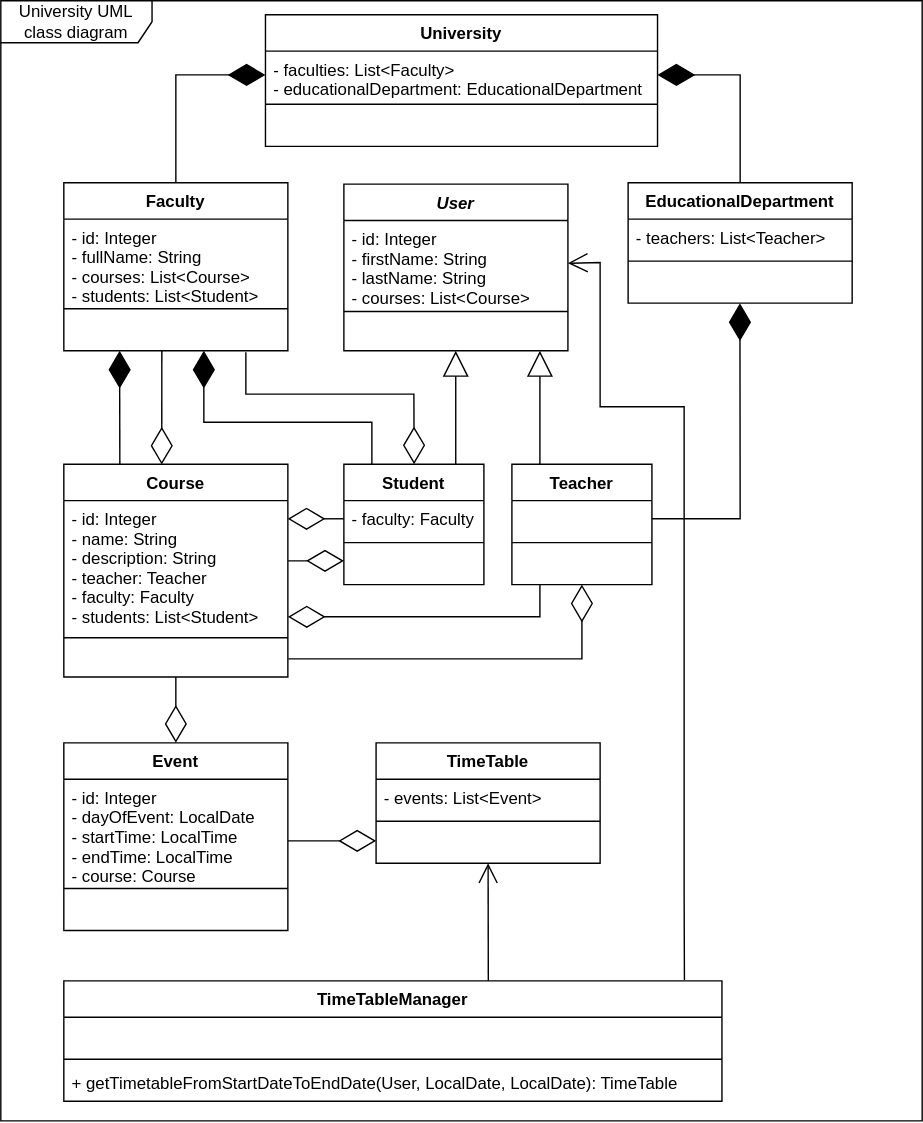
Before: University UML class diagram.svg, a diagram exported from draw.io (andriysalnikov/university). Source tidied: cells renumbered, new cells last; positions are measured from the earlier drawing's top-left corner, leaving out a move shared by most shapes.
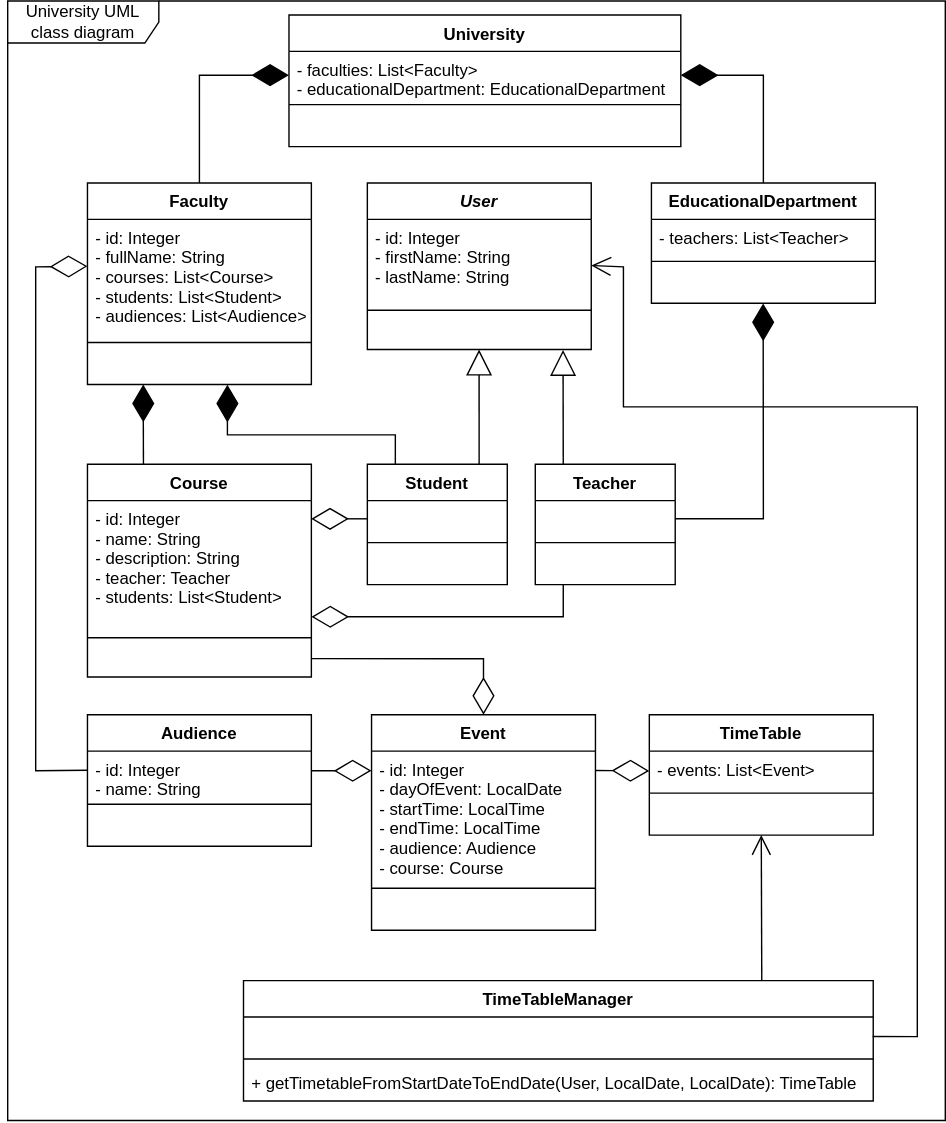
The same file after the commit.

Commit message:
Add 'ClassRoom' to UML diagram

Diff of the diagram source:
```diff
@@ -3,12 +3,12 @@
     <mxCell id="0" />
     <mxCell id="1" parent="0" />
     <mxCell id="2" value="University UML class diagram" style="shape=umlFrame;whiteSpace=wrap;html=1;width=108;height=30;" parent="1" vertex="1">
-      <mxGeometry width="658" height="800" as="geometry" />
+      <mxGeometry x="-12" width="670" height="800" as="geometry" />
     </mxCell>
     <mxCell id="3" value="Course" style="swimlane;fontStyle=1;align=center;verticalAlign=top;horizontal=1;startSize=26;" parent="1" vertex="1">
       <mxGeometry x="45" y="331" width="160" height="152" as="geometry" />
     </mxCell>
-    <mxCell id="4" value="- id: Integer&#10;- name: String&#10;- description: String&#10;- teacher: Teacher&#10;- faculty: Faculty&#10;- students: List&lt;Student&gt;" style="text;strokeColor=none;fillColor=none;align=left;verticalAlign=top;spacingLeft=4;spacingRight=4;overflow=hidden;" parent="3" vertex="1">
+    <mxCell id="4" value="- id: Integer&#10;- name: String&#10;- description: String&#10;- teacher: Teacher&#10;- students: List&lt;Student&gt;" style="text;strokeColor=none;fillColor=none;align=left;verticalAlign=top;spacingLeft=4;spacingRight=4;overflow=hidden;" parent="3" vertex="1">
       <mxGeometry y="26" width="160" height="94" as="geometry" />
     </mxCell>
     <mxCell id="5" style="line;strokeWidth=1;fillColor=none;align=left;verticalAlign=middle;spacingTop=-1;spacingLeft=3;spacingRight=3;labelPosition=right;" parent="3" vertex="1">
@@ -18,9 +18,9 @@
       <mxGeometry y="128" width="160" height="24" as="geometry" />
     </mxCell>
     <mxCell id="7" value="User" style="swimlane;fontStyle=3;align=center;verticalAlign=top;horizontal=1;startSize=26;" parent="1" vertex="1">
-      <mxGeometry x="245" y="131" width="160" height="119" as="geometry" />
+      <mxGeometry x="245" y="130" width="160" height="119" as="geometry" />
     </mxCell>
-    <mxCell id="8" value="- id: Integer&#10;- firstName: String&#10;- lastName: String&#10;- courses: List&lt;Course&gt;" style="text;strokeColor=none;fillColor=none;align=left;verticalAlign=top;spacingLeft=4;spacingRight=4;overflow=hidden;points=[[0,0.5],[1,0.5]];portConstraint=eastwest;" parent="7" vertex="1">
+    <mxCell id="8" value="- id: Integer&#10;- firstName: String&#10;- lastName: String&#10;" style="text;strokeColor=none;fillColor=none;align=left;verticalAlign=top;spacingLeft=4;spacingRight=4;overflow=hidden;points=[[0,0.5],[1,0.5]];portConstraint=eastwest;" parent="7" vertex="1">
       <mxGeometry y="26" width="160" height="61" as="geometry" />
     </mxCell>
     <mxCell id="9" style="line;strokeWidth=1;fillColor=none;align=left;verticalAlign=middle;spacingTop=-1;spacingLeft=3;spacingRight=3;labelPosition=right;" parent="7" vertex="1">
@@ -32,7 +32,7 @@
     <mxCell id="11" value="Student" style="swimlane;fontStyle=1;align=center;verticalAlign=top;horizontal=1;startSize=26;" parent="1" vertex="1">
       <mxGeometry x="245" y="331" width="100" height="86" as="geometry" />
     </mxCell>
-    <mxCell id="12" value="- faculty: Faculty" style="text;strokeColor=none;fillColor=none;align=left;verticalAlign=top;spacingLeft=4;spacingRight=4;overflow=hidden;" parent="11" vertex="1">
+    <mxCell id="12" value=" " style="text;strokeColor=none;fillColor=none;align=left;verticalAlign=top;spacingLeft=4;spacingRight=4;overflow=hidden;" parent="11" vertex="1">
       <mxGeometry y="26" width="100" height="26" as="geometry" />
     </mxCell>
     <mxCell id="13" style="line;strokeWidth=1;fillColor=none;align=left;verticalAlign=middle;spacingTop=-1;spacingLeft=3;spacingRight=3;labelPosition=right;" parent="11" vertex="1">
@@ -53,77 +53,45 @@
     <mxCell id="18" value=" " style="text;strokeColor=none;fillColor=none;align=left;verticalAlign=top;spacingLeft=4;spacingRight=4;overflow=hidden;points=[[0,0.5],[1,0.5]];portConstraint=eastwest;" parent="15" vertex="1">
       <mxGeometry y="60" width="100" height="26" as="geometry" />
     </mxCell>
-    <mxCell id="19" style="endArrow=block;endSize=16;endFill=0;html=1;rounded=0;entryX=0.25;entryY=1.017;entryDx=0;entryDy=0;entryPerimeter=0;" parent="1" edge="1">
+    <mxCell id="19" style="endArrow=block;endSize=16;endFill=0;html=1;rounded=0;entryX=0.874;entryY=1.012;entryDx=0;entryDy=0;entryPerimeter=0;" parent="1" edge="1" target="10">
       <mxGeometry relative="1" as="geometry">
         <mxPoint x="385" y="331" as="sourcePoint" />
-        <mxPoint x="385" y="250" as="targetPoint" />
       </mxGeometry>
     </mxCell>
-    <mxCell id="20" style="endArrow=diamondThin;endFill=0;endSize=24;html=1;rounded=0;entryX=0.126;entryY=-0.002;entryDx=0;entryDy=0;entryPerimeter=0;" parent="1" edge="1">
-      <mxGeometry relative="1" as="geometry">
-        <mxPoint x="175" y="251" as="sourcePoint" />
-        <mxPoint x="295.2" y="331" as="targetPoint" />
-        <Array as="points">
-          <mxPoint x="175" y="281" />
-          <mxPoint x="295" y="281" />
-        </Array>
-      </mxGeometry>
-    </mxCell>
-    <mxCell id="21" style="endArrow=diamondThin;endFill=0;endSize=24;html=1;rounded=0;exitX=0.284;exitY=0.999;exitDx=0;exitDy=0;exitPerimeter=0;entryX=0.437;entryY=0.002;entryDx=0;entryDy=0;entryPerimeter=0;" parent="1" edge="1" target="3">
-      <mxGeometry relative="1" as="geometry">
-        <mxPoint x="115" y="250" as="sourcePoint" />
-      </mxGeometry>
-    </mxCell>
     <mxCell id="22" value="Faculty" style="swimlane;fontStyle=1;align=center;verticalAlign=top;horizontal=1;startSize=26;" parent="1" vertex="1">
-      <mxGeometry x="45" y="130" width="160" height="120" as="geometry" />
+      <mxGeometry x="45" y="130" width="160" height="144" as="geometry" />
     </mxCell>
-    <mxCell id="23" value="- id: Integer&#10;- fullName: String&#10;- courses: List&lt;Course&gt;&#10;- students: List&lt;Student&gt;" style="text;strokeColor=none;fillColor=none;align=left;verticalAlign=top;spacingLeft=4;spacingRight=4;overflow=hidden;" parent="22" vertex="1">
-      <mxGeometry y="26" width="160" height="60" as="geometry" />
+    <mxCell id="23" value="- id: Integer&#10;- fullName: String&#10;- courses: List&lt;Course&gt;&#10;- students: List&lt;Student&gt;&#10;- audiences: List&lt;Audience&gt;" style="text;strokeColor=none;fillColor=none;align=left;verticalAlign=top;spacingLeft=4;spacingRight=4;overflow=hidden;" parent="22" vertex="1">
+      <mxGeometry y="26" width="160" height="84" as="geometry" />
     </mxCell>
     <mxCell id="24" style="line;strokeWidth=1;fillColor=none;align=left;verticalAlign=middle;spacingTop=-1;spacingLeft=3;spacingRight=3;labelPosition=right;" parent="22" vertex="1">
-      <mxGeometry y="86" width="160" height="8" as="geometry" />
+      <mxGeometry y="110" width="160" height="8" as="geometry" />
     </mxCell>
     <mxCell id="25" value=" " style="text;strokeColor=none;fillColor=none;align=left;verticalAlign=top;spacingLeft=4;spacingRight=4;overflow=hidden;points=[[0,0.5],[1,0.5]];portConstraint=eastwest;" parent="22" vertex="1">
-      <mxGeometry y="94" width="160" height="26" as="geometry" />
+      <mxGeometry y="118" width="160" height="26" as="geometry" />
     </mxCell>
     <mxCell id="26" style="endArrow=diamondThin;endFill=1;endSize=24;html=1;rounded=0;entryX=0.249;entryY=1.002;entryDx=0;entryDy=0;entryPerimeter=0;exitX=0.25;exitY=0;exitDx=0;exitDy=0;" parent="1" edge="1" source="3" target="25">
       <mxGeometry relative="1" as="geometry" />
     </mxCell>
-    <mxCell id="27" style="endArrow=diamondThin;endFill=1;endSize=24;html=1;rounded=0;entryX=0.249;entryY=1.002;entryDx=0;entryDy=0;entryPerimeter=0;exitX=0.2;exitY=0;exitDx=0;exitDy=0;exitPerimeter=0;" parent="1" edge="1" source="11">
+    <mxCell id="27" style="endArrow=diamondThin;endFill=1;endSize=24;html=1;rounded=0;exitX=0.2;exitY=0;exitDx=0;exitDy=0;exitPerimeter=0;entryX=0.625;entryY=1.005;entryDx=0;entryDy=0;entryPerimeter=0;" parent="1" edge="1" source="11" target="25">
       <mxGeometry relative="1" as="geometry">
-        <mxPoint x="145" y="250" as="targetPoint" />
         <Array as="points">
-          <mxPoint x="265" y="301" />
-          <mxPoint x="145" y="301" />
+          <mxPoint x="265" y="310" />
+          <mxPoint x="145" y="310" />
         </Array>
       </mxGeometry>
     </mxCell>
-    <mxCell id="28" style="endArrow=block;endSize=16;endFill=0;html=1;rounded=0;entryX=0.25;entryY=1.017;entryDx=0;entryDy=0;entryPerimeter=0;" parent="1" edge="1">
+    <mxCell id="28" style="endArrow=block;endSize=16;endFill=0;html=1;rounded=0;entryX=0.499;entryY=1.001;entryDx=0;entryDy=0;entryPerimeter=0;" parent="1" edge="1" target="10">
       <mxGeometry relative="1" as="geometry">
         <mxPoint x="324.9" y="331" as="sourcePoint" />
-        <mxPoint x="324.9" y="250" as="targetPoint" />
       </mxGeometry>
     </mxCell>
-    <mxCell id="29" style="endArrow=diamondThin;endFill=0;endSize=24;html=1;rounded=0;entryX=0;entryY=0.5;entryDx=0;entryDy=0;exitX=1.001;exitY=0.139;exitDx=0;exitDy=0;exitPerimeter=0;" parent="1" edge="1">
-      <mxGeometry relative="1" as="geometry">
-        <mxPoint x="205.2" y="400.1" as="sourcePoint" />
-        <mxPoint x="245" y="400" as="targetPoint" />
-      </mxGeometry>
-    </mxCell>
     <mxCell id="30" style="endArrow=diamondThin;endFill=0;endSize=24;html=1;rounded=0;entryX=0;entryY=0.5;entryDx=0;entryDy=0;" parent="1" edge="1">
       <mxGeometry relative="1" as="geometry">
         <mxPoint x="245" y="370" as="sourcePoint" />
         <mxPoint x="204.8" y="370" as="targetPoint" />
       </mxGeometry>
     </mxCell>
-    <mxCell id="31" style="endArrow=diamondThin;endFill=0;endSize=24;html=1;rounded=0;entryX=0.5;entryY=1;entryDx=0;entryDy=0;exitX=1.001;exitY=0.139;exitDx=0;exitDy=0;exitPerimeter=0;" parent="1" edge="1" target="15">
-      <mxGeometry relative="1" as="geometry">
-        <mxPoint x="205.3" y="470.1" as="sourcePoint" />
-        <Array as="points">
-          <mxPoint x="415" y="470" />
-        </Array>
-      </mxGeometry>
-    </mxCell>
     <mxCell id="32" style="endArrow=diamondThin;endFill=0;endSize=24;html=1;rounded=0;entryX=0;entryY=0.5;entryDx=0;entryDy=0;exitX=0.2;exitY=0.998;exitDx=0;exitDy=0;exitPerimeter=0;" parent="1" edge="1" source="18">
       <mxGeometry relative="1" as="geometry">
         <mxPoint x="205" y="440" as="targetPoint" />
@@ -133,44 +101,49 @@
       </mxGeometry>
     </mxCell>
     <mxCell id="33" value="Event" style="swimlane;fontStyle=1;align=center;verticalAlign=top;horizontal=1;startSize=26;" parent="1" vertex="1">
-      <mxGeometry x="45" y="530" width="160" height="134" as="geometry" />
+      <mxGeometry x="248" y="510" width="160" height="154" as="geometry" />
     </mxCell>
-    <mxCell id="34" value="- id: Integer&#10;- dayOfEvent: LocalDate&#10;- startTime: LocalTime&#10;- endTime: LocalTime&#10;- course: Course" style="text;strokeColor=none;fillColor=none;align=left;verticalAlign=top;spacingLeft=4;spacingRight=4;overflow=hidden;points=[[0,0.5],[1,0.5]];portConstraint=eastwest;" parent="33" vertex="1">
-      <mxGeometry y="26" width="160" height="74" as="geometry" />
+    <mxCell id="34" value="- id: Integer&#10;- dayOfEvent: LocalDate&#10;- startTime: LocalTime&#10;- endTime: LocalTime&#10;- audience: Audience&#10;- course: Course" style="text;strokeColor=none;fillColor=none;align=left;verticalAlign=top;spacingLeft=4;spacingRight=4;overflow=hidden;points=[[0,0.5],[1,0.5]];portConstraint=eastwest;" parent="33" vertex="1">
+      <mxGeometry y="26" width="160" height="94" as="geometry" />
     </mxCell>
     <mxCell id="35" style="line;strokeWidth=1;fillColor=none;align=left;verticalAlign=middle;spacingTop=-1;spacingLeft=3;spacingRight=3;labelPosition=right;" parent="33" vertex="1">
-      <mxGeometry y="100" width="160" height="8" as="geometry" />
+      <mxGeometry y="120" width="160" height="8" as="geometry" />
     </mxCell>
     <mxCell id="36" value=" " style="text;strokeColor=none;fillColor=none;align=left;verticalAlign=top;spacingLeft=4;spacingRight=4;overflow=hidden;" parent="33" vertex="1">
-      <mxGeometry y="108" width="160" height="26" as="geometry" />
+      <mxGeometry y="128" width="160" height="26" as="geometry" />
     </mxCell>
-    <mxCell id="37" style="endArrow=diamondThin;endFill=0;endSize=24;html=1;rounded=0;entryX=0.5;entryY=0;entryDx=0;entryDy=0;exitX=0.5;exitY=1;exitDx=0;exitDy=0;" parent="1" edge="1" source="3" target="33">
-      <mxGeometry relative="1" as="geometry" />
+    <mxCell id="37" style="endArrow=diamondThin;endFill=0;endSize=24;html=1;rounded=0;entryX=0.5;entryY=0;entryDx=0;entryDy=0;exitX=1.002;exitY=0.454;exitDx=0;exitDy=0;exitPerimeter=0;" parent="1" edge="1" source="6" target="33">
+      <mxGeometry relative="1" as="geometry">
+        <Array as="points">
+          <mxPoint x="304" y="470" />
+          <mxPoint x="328" y="470" />
+        </Array>
+      </mxGeometry>
     </mxCell>
     <mxCell id="38" value="TimeTableManager" style="swimlane;fontStyle=1;align=center;verticalAlign=top;horizontal=1;startSize=26;" parent="1" vertex="1">
-      <mxGeometry x="45" y="700" width="470" height="86" as="geometry" />
+      <mxGeometry x="156.5" y="700" width="450" height="86" as="geometry" />
     </mxCell>
     <mxCell id="39" value=" " style="text;strokeColor=none;fillColor=none;align=left;verticalAlign=top;spacingLeft=4;spacingRight=4;overflow=hidden;points=[[0,0.5],[1,0.5]];portConstraint=eastwest;" parent="38" vertex="1">
-      <mxGeometry y="26" width="470" height="26" as="geometry" />
+      <mxGeometry y="26" width="450" height="26" as="geometry" />
     </mxCell>
     <mxCell id="40" style="line;strokeWidth=1;fillColor=none;align=left;verticalAlign=middle;spacingTop=-1;spacingLeft=3;spacingRight=3;labelPosition=right;" parent="38" vertex="1">
-      <mxGeometry y="52" width="470" height="8" as="geometry" />
+      <mxGeometry y="52" width="450" height="8" as="geometry" />
     </mxCell>
     <mxCell id="41" value="+ getTimetableFromStartDateToEndDate(User, LocalDate, LocalDate): TimeTable" style="text;strokeColor=none;fillColor=none;align=left;verticalAlign=top;spacingLeft=4;spacingRight=4;overflow=hidden;" parent="38" vertex="1">
-      <mxGeometry y="60" width="470" height="26" as="geometry" />
+      <mxGeometry y="60" width="450" height="26" as="geometry" />
     </mxCell>
-    <mxCell id="42" style="endArrow=open;endFill=1;endSize=12;html=1;rounded=0;entryX=1;entryY=0.5;entryDx=0;entryDy=0;exitX=0.943;exitY=-0.007;exitDx=0;exitDy=0;exitPerimeter=0;" parent="1" edge="1" source="38" target="8">
+    <mxCell id="42" style="endArrow=open;endFill=1;endSize=12;html=1;rounded=0;exitX=0.999;exitY=0.537;exitDx=0;exitDy=0;exitPerimeter=0;entryX=1;entryY=0.54;entryDx=0;entryDy=0;entryPerimeter=0;" parent="1" edge="1" source="39" target="8">
       <mxGeometry relative="1" as="geometry">
         <Array as="points">
-          <mxPoint x="488" y="640" />
-          <mxPoint x="488" y="290" />
+          <mxPoint x="638" y="740" />
+          <mxPoint x="638" y="290" />
           <mxPoint x="428" y="290" />
-          <mxPoint x="428" y="187" />
+          <mxPoint x="428" y="190" />
         </Array>
       </mxGeometry>
     </mxCell>
     <mxCell id="43" value="TimeTable" style="swimlane;fontStyle=1;align=center;verticalAlign=top;horizontal=1;startSize=26;" parent="1" vertex="1">
-      <mxGeometry x="268" y="530" width="160" height="86" as="geometry" />
+      <mxGeometry x="446.5" y="510" width="160" height="86" as="geometry" />
     </mxCell>
     <mxCell id="44" value="- events: List&lt;Event&gt;" style="text;strokeColor=none;fillColor=none;align=left;verticalAlign=top;spacingLeft=4;spacingRight=4;overflow=hidden;points=[[0,0.5],[1,0.5]];portConstraint=eastwest;" parent="43" vertex="1">
       <mxGeometry y="26" width="160" height="26" as="geometry" />
@@ -181,10 +154,10 @@
     <mxCell id="46" value=" " style="text;strokeColor=none;fillColor=none;align=left;verticalAlign=top;spacingLeft=4;spacingRight=4;overflow=hidden;points=[[0,0.5],[1,0.5]];portConstraint=eastwest;" parent="43" vertex="1">
       <mxGeometry y="60" width="160" height="26" as="geometry" />
     </mxCell>
-    <mxCell id="47" style="endArrow=diamondThin;endFill=0;endSize=24;html=1;rounded=0;entryX=0;entryY=0.385;entryDx=0;entryDy=0;exitX=1;exitY=0.595;exitDx=0;exitDy=0;exitPerimeter=0;entryPerimeter=0;" parent="1" edge="1" source="34" target="46">
+    <mxCell id="47" style="endArrow=diamondThin;endFill=0;endSize=24;html=1;rounded=0;entryX=0;entryY=0.543;entryDx=0;entryDy=0;exitX=1;exitY=0.147;exitDx=0;exitDy=0;exitPerimeter=0;entryPerimeter=0;" parent="1" edge="1" source="34" target="44">
       <mxGeometry relative="1" as="geometry" />
     </mxCell>
-    <mxCell id="48" style="endArrow=open;endFill=1;endSize=12;html=1;rounded=0;exitX=0.645;exitY=0;exitDx=0;exitDy=0;exitPerimeter=0;entryX=0.5;entryY=1;entryDx=0;entryDy=0;" parent="1" edge="1" source="38" target="43">
+    <mxCell id="48" style="endArrow=open;endFill=1;endSize=12;html=1;rounded=0;entryX=0.5;entryY=1;entryDx=0;entryDy=0;exitX=0.823;exitY=0.004;exitDx=0;exitDy=0;exitPerimeter=0;" parent="1" edge="1" source="38" target="43">
       <mxGeometry relative="1" as="geometry" />
     </mxCell>
     <mxCell id="49" value="University" style="swimlane;fontStyle=1;align=center;verticalAlign=top;horizontal=1;startSize=26;" parent="1" vertex="1">
@@ -232,5 +205,29 @@
         </Array>
       </mxGeometry>
     </mxCell>
+    <mxCell id="60" value="Audience" style="swimlane;fontStyle=1;align=center;verticalAlign=top;horizontal=1;startSize=26;" parent="1" vertex="1">
+      <mxGeometry x="45" y="510" width="160" height="94" as="geometry" />
+    </mxCell>
+    <mxCell id="61" value="- id: Integer&#10;- name: String" style="text;strokeColor=none;fillColor=none;align=left;verticalAlign=top;spacingLeft=4;spacingRight=4;overflow=hidden;points=[[0,0.5],[1,0.5]];portConstraint=eastwest;" parent="60" vertex="1">
+      <mxGeometry y="26" width="160" height="34" as="geometry" />
+    </mxCell>
+    <mxCell id="62" style="line;strokeWidth=1;fillColor=none;align=left;verticalAlign=middle;spacingTop=-1;spacingLeft=3;spacingRight=3;labelPosition=right;" parent="60" vertex="1">
+      <mxGeometry y="60" width="160" height="8" as="geometry" />
+    </mxCell>
+    <mxCell id="63" value=" " style="text;strokeColor=none;fillColor=none;align=left;verticalAlign=top;spacingLeft=4;spacingRight=4;overflow=hidden;" parent="60" vertex="1">
+      <mxGeometry y="68" width="160" height="26" as="geometry" />
+    </mxCell>
+    <mxCell id="64" style="endArrow=diamondThin;endFill=0;endSize=24;html=1;rounded=0;entryX=0;entryY=0.149;entryDx=0;entryDy=0;exitX=1.001;exitY=0.414;exitDx=0;exitDy=0;entryPerimeter=0;exitPerimeter=0;" parent="1" edge="1" source="61" target="34">
+      <mxGeometry relative="1" as="geometry" />
+    </mxCell>
+    <mxCell id="65" style="endArrow=diamondThin;endFill=0;endSize=24;html=1;rounded=0;exitX=-0.002;exitY=0.403;exitDx=0;exitDy=0;exitPerimeter=0;" parent="1" edge="1" source="61">
+      <mxGeometry relative="1" as="geometry">
+        <mxPoint x="45" y="189.5" as="targetPoint" />
+        <Array as="points">
+          <mxPoint x="8" y="550" />
+          <mxPoint x="8" y="190" />
+        </Array>
+      </mxGeometry>
+    </mxCell>
   </root>
 </mxGraphModel>
```
